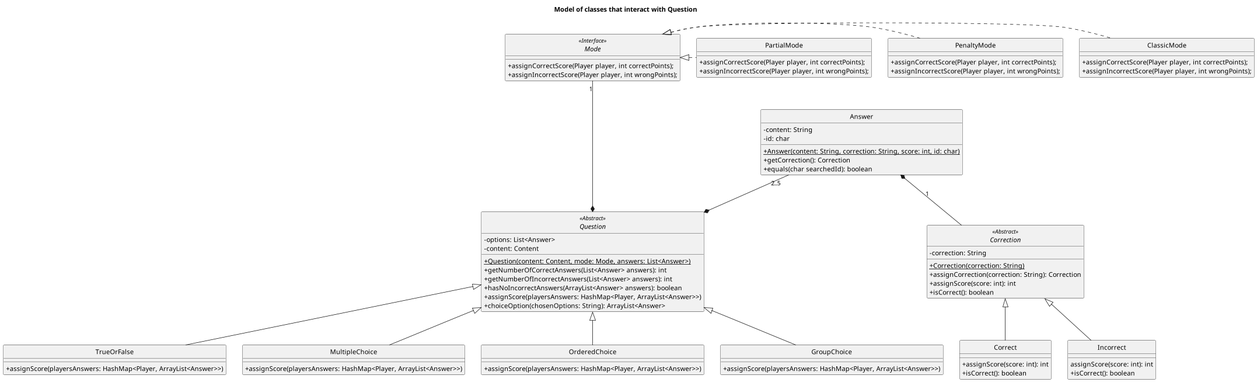
Above: UML files/ClassDiagramQuestionInteractionsModel.png in agpelliciari/TP2-Algo-III (PlantUML), before the change. The source it was exported from:
```plantuml
@startuml

skinparam monochrome true
hide circle
skinparam classAttributeIconSize 0

title: Model of classes that interact with Question

abstract class Question{
-options: List<Answer>
-content: Content
+{static}Question(content: Content, mode: Mode, answers: List<Answer>)
+getNumberOfCorrectAnswers(List<Answer> answers): int
+getNumberOfIncorrectAnswers(List<Answer> answers): int
+hasNoIncorrectAnswers(ArrayList<Answer> answers): boolean
+assignScore(playersAnswers: HashMap<Player, ArrayList<Answer>>)
+choiceOption(chosenOptions: String): ArrayList<Answer>
}

class TrueOrFalse {
+assignScore(playersAnswers: HashMap<Player, ArrayList<Answer>>)
}

class MultipleChoice {
+assignScore(playersAnswers: HashMap<Player, ArrayList<Answer>>)
}

class OrderedChoice {
+assignScore(playersAnswers: HashMap<Player, ArrayList<Answer>>)
}

class GroupChoice {
+assignScore(playersAnswers: HashMap<Player, ArrayList<Answer>>)
}

interface Mode {
+assignCorrectScore(Player player, int correctPoints);
+assignIncorrectScore(Player player, int wrongPoints);
}

class PartialMode {
+assignCorrectScore(Player player, int correctPoints);
+assignIncorrectScore(Player player, int wrongPoints);
}

class PenaltyMode {
+assignCorrectScore(Player player, int correctPoints);
+assignIncorrectScore(Player player, int wrongPoints);
}

class ClassicMode {
+assignCorrectScore(Player player, int correctPoints);
+assignIncorrectScore(Player player, int wrongPoints);
}

class Answer{
-content: String
-id: char
+{static}Answer(content: String, correction: String, score: int, id: char)
+getCorrection(): Correction
+equals(char searchedId): boolean
}

abstract class Correction{
-correction: String
+{static}Correction(correction: String)
+assignCorrection(correction: String): Correction
+assignScore(score: int): int
+isCorrect(): boolean
}

class Correct{
+assignScore(score: int): int
+isCorrect(): boolean
}

class Incorrect{
assignScore(score: int): int
+isCorrect(): boolean
}

Mode <<Interface>>
Question <<Abstract>>
Correction <<Abstract>>

Question <|-- TrueOrFalse
Question <|-- MultipleChoice
Question <|-- OrderedChoice
Question <|-- GroupChoice

Mode "1" ---* Question
Mode <|. ClassicMode
Mode <|. PenaltyMode
Mode <|. PartialMode

Answer "2..5" --* Question
Answer *-- Correction: "1"

Correction <|-- Correct
Correction <|-- Incorrect

@enduml
```
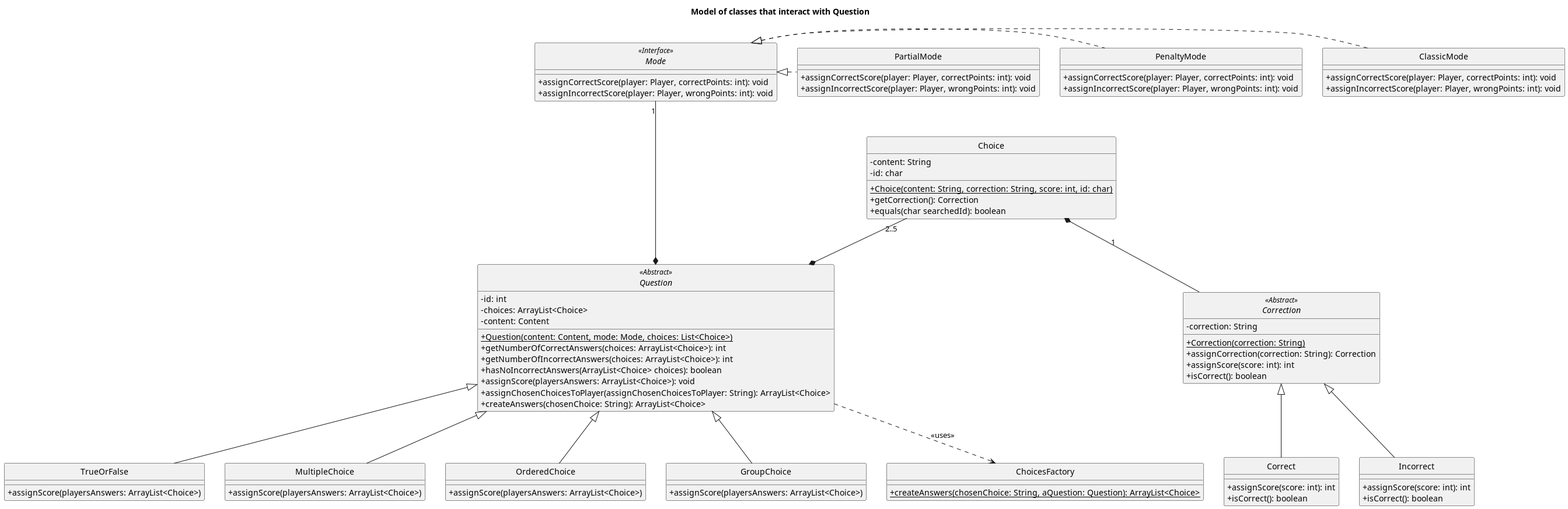
Later version of the same file.

Commit message:
#62 Modified 'Question' class diagram

Diff of the diagram source:
```diff
@@ -7,56 +7,58 @@
 title: Model of classes that interact with Question
 
 abstract class Question{
--options: List<Answer>
+-id: int
+-choices: ArrayList<Choice>
 -content: Content
-+{static}Question(content: Content, mode: Mode, answers: List<Answer>)
-+getNumberOfCorrectAnswers(List<Answer> answers): int
-+getNumberOfIncorrectAnswers(List<Answer> answers): int
-+hasNoIncorrectAnswers(ArrayList<Answer> answers): boolean
-+assignScore(playersAnswers: HashMap<Player, ArrayList<Answer>>)
-+choiceOption(chosenOptions: String): ArrayList<Answer>
++{static}Question(content: Content, mode: Mode, choices: List<Choice>)
++getNumberOfCorrectAnswers(choices: ArrayList<Choice>): int
++getNumberOfIncorrectAnswers(choices: ArrayList<Choice>): int
++hasNoIncorrectAnswers(ArrayList<Choice> choices): boolean
++assignScore(playersAnswers: ArrayList<Choice>): void
++assignChosenChoicesToPlayer(assignChosenChoicesToPlayer: String): ArrayList<Choice>
++createAnswers(chosenChoice: String): ArrayList<Choice>
 }
 
 class TrueOrFalse {
-+assignScore(playersAnswers: HashMap<Player, ArrayList<Answer>>)
++assignScore(playersAnswers: ArrayList<Choice>)
 }
 
 class MultipleChoice {
-+assignScore(playersAnswers: HashMap<Player, ArrayList<Answer>>)
++assignScore(playersAnswers: ArrayList<Choice>)
 }
 
 class OrderedChoice {
-+assignScore(playersAnswers: HashMap<Player, ArrayList<Answer>>)
++assignScore(playersAnswers: ArrayList<Choice>)
 }
 
 class GroupChoice {
-+assignScore(playersAnswers: HashMap<Player, ArrayList<Answer>>)
++assignScore(playersAnswers: ArrayList<Choice>)
 }
 
 interface Mode {
-+assignCorrectScore(Player player, int correctPoints);
-+assignIncorrectScore(Player player, int wrongPoints);
++assignCorrectScore(player: Player, correctPoints: int): void
++assignIncorrectScore(player: Player, wrongPoints: int): void
 }
 
 class PartialMode {
-+assignCorrectScore(Player player, int correctPoints);
-+assignIncorrectScore(Player player, int wrongPoints);
++assignCorrectScore(player: Player, correctPoints: int): void
++assignIncorrectScore(player: Player, wrongPoints: int): void
 }
 
 class PenaltyMode {
-+assignCorrectScore(Player player, int correctPoints);
-+assignIncorrectScore(Player player, int wrongPoints);
++assignCorrectScore(player: Player, correctPoints: int): void
++assignIncorrectScore(player: Player, wrongPoints: int): void
 }
 
 class ClassicMode {
-+assignCorrectScore(Player player, int correctPoints);
-+assignIncorrectScore(Player player, int wrongPoints);
++assignCorrectScore(player: Player, correctPoints: int): void
++assignIncorrectScore(player: Player, wrongPoints: int): void
 }
 
-class Answer{
+class Choice{
 -content: String
 -id: char
-+{static}Answer(content: String, correction: String, score: int, id: char)
++{static}Choice(content: String, correction: String, score: int, id: char)
 +getCorrection(): Correction
 +equals(char searchedId): boolean
 }
@@ -75,8 +77,12 @@
 }
 
 class Incorrect{
-assignScore(score: int): int
++assignScore(score: int): int
 +isCorrect(): boolean
+}
+
+class ChoicesFactory{
++{static}createAnswers(chosenChoice: String, aQuestion: Question): ArrayList<Choice>
 }
 
 Mode <<Interface>>
@@ -93,8 +99,10 @@
 Mode <|. PenaltyMode
 Mode <|. PartialMode
 
-Answer "2..5" --* Question
-Answer *-- Correction: "1"
+Choice "2..5" --* Question
+Choice *-- Correction: "1"
+
+Question ..> ChoicesFactory: "<<uses>>"
 
 Correction <|-- Correct
 Correction <|-- Incorrect
```
